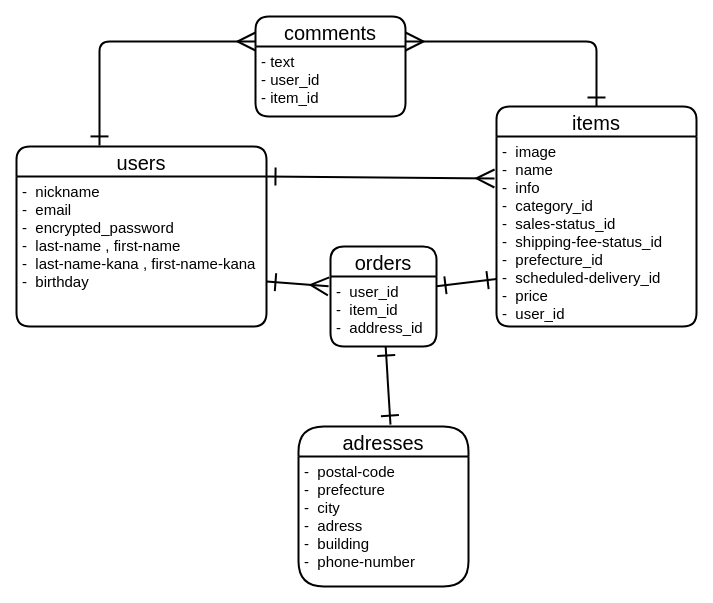
Above: test.dio in hirona96/furima-37302 (draw.io), before the change. Source tidied: cells renumbered, new cells numbered last; positions are measured from the earlier drawing's top-left corner, leaving out a move shared by most shapes. Both pictures are drawn from the tidied source at 100%, with x=0, y=0 at pixel (16, 16).
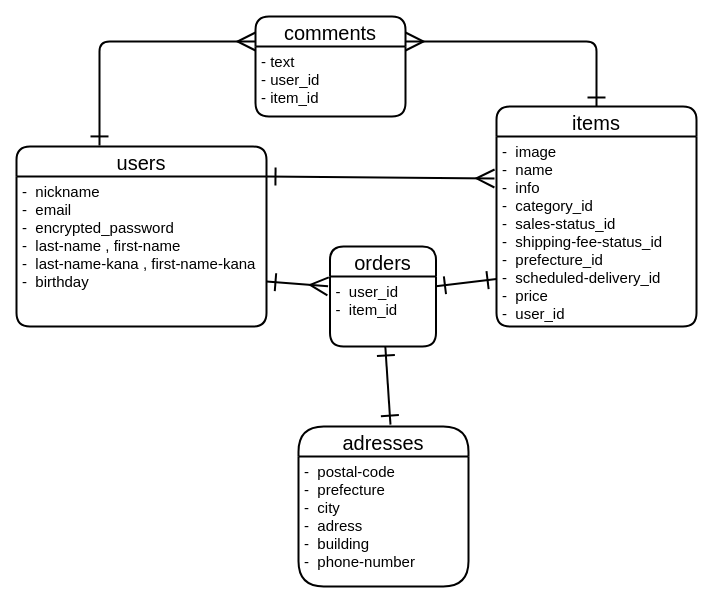
Above is the later version.

Commit message (it also covers changes not shown here):
ER図、READMEの修正3

What changed in the source:
```diff
@@
     <mxCell id="13" value="orders" style="swimlane;horizontal=1;startSize=30;rounded=1;fontSize=20;fontStyle=0;strokeWidth=2;shadow=0;dashed=0;align=center;" parent="1" vertex="1">
-      <mxGeometry x="314" y="230" width="106" height="100" as="geometry" />
+      <mxGeometry x="313.5" y="230" width="106" height="100" as="geometry" />
     </mxCell>
-    <mxCell id="14" value="-  user_id&#10;-  item_id&#10;-  address_id" style="align=left;strokeColor=none;fillColor=none;spacingLeft=4;fontSize=15;verticalAlign=top;" parent="13" vertex="1">
+    <mxCell id="14" value="-  user_id&#10;-  item_id" style="align=left;strokeColor=none;fillColor=none;spacingLeft=4;fontSize=15;verticalAlign=top;" parent="13" vertex="1">
       <mxGeometry y="30" width="106" height="70" as="geometry" />
     </mxCell>
```
